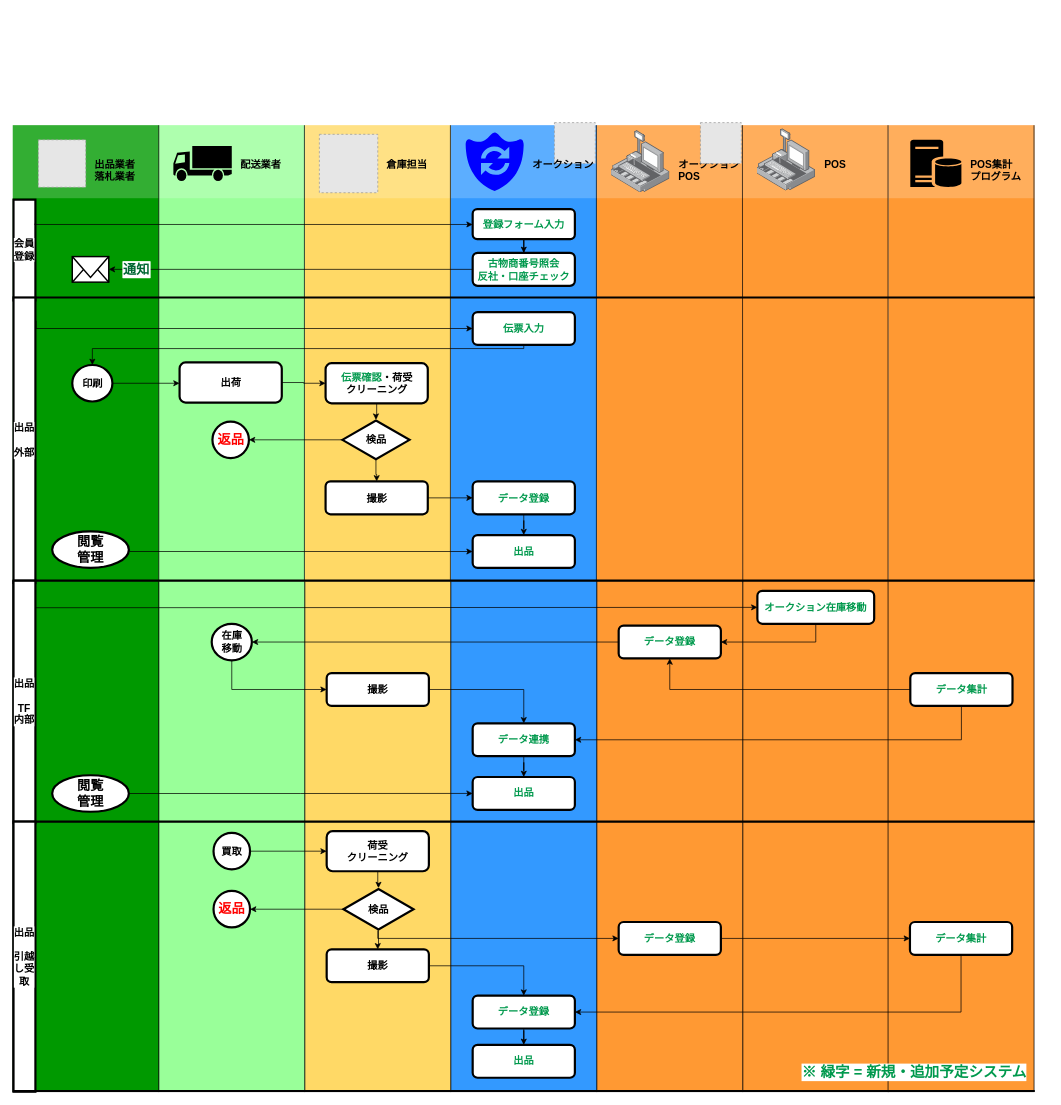
Earlier version of the draw.io diagram 業務フロー図.drawio (cy-shuhei-ohno/test). Source tidied: cells renumbered, new cells numbered last; positions are measured from the earlier drawing's top-left corner, leaving out a move shared by most shapes. Both pictures are drawn from the tidied source at 73%, with x=0, y=0 at pixel (12, 122). Pictures stored in the file or linked from it are replaced by grey dashed boxes.
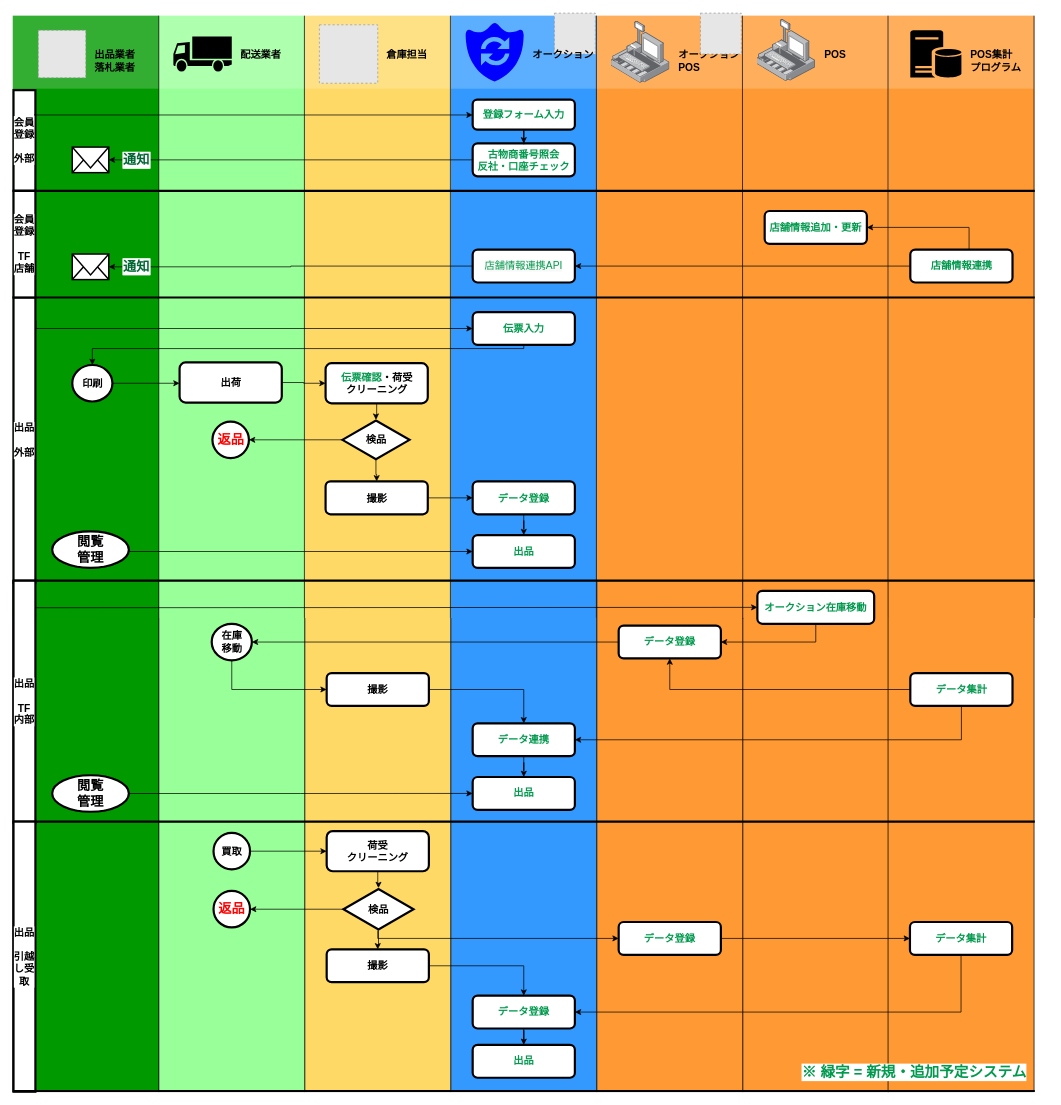
The same page after the edit.

Commit message:
Update 業務フロー図.drawio

The change refers to these unchanged cells:
```xml
<mxCell id="11" style="group;" parent="10" vertex="1">
  <mxGeometry width="220" height="641" as="geometry" />
</mxCell>
```

Change to the diagram source:
```diff
@@
     <mxCell id="4" style="whiteSpace=wrap;html=1;labelBackgroundColor=#ffffff;fontSize=14;fontColor=#0000FF;align=left;strokeColor=none;fillColor=#FF9933;" parent="1" vertex="1">
-      <mxGeometry x="800" y="4" width="200" height="625" as="geometry" />
+      <mxGeometry x="800" y="-146" width="200" height="825" as="geometry" />
     </mxCell>
@@
     <mxCell id="10" style="group;" parent="1" vertex="1">
-      <mxGeometry x="1199.5" y="4" width="220" height="641" as="geometry" />
+      <mxGeometry x="1199.5" y="-146" width="220" height="641" as="geometry" />
     </mxCell>
@@
     <mxCell id="12" style="whiteSpace=wrap;html=1;labelBackgroundColor=#ffffff;fontSize=14;fontColor=#0000FF;align=left;strokeColor=none;fillColor=#FF9933;" parent="11" vertex="1">
-      <mxGeometry width="200" height="625" as="geometry" />
+      <mxGeometry width="200" height="825" as="geometry" />
     </mxCell>
@@
     <mxCell id="16" style="endArrow=none;html=1;fontSize=14;fontColor=#0000FF;" parent="11" edge="1">
       <mxGeometry relative="1" as="geometry">
-        <mxPoint x="199.5" y="625" as="sourcePoint" />
+        <mxPoint x="199.5" y="825" as="sourcePoint" />
         <mxPoint x="199.5" as="targetPoint" />
       </mxGeometry>
     </mxCell>
+    <mxCell id="124" value="店舗情報連携" style="rounded=1;whiteSpace=wrap;html=1;labelBackgroundColor=#ffffff;strokeWidth=3;fillColor=#FFFFFF;gradientColor=none;fontSize=14;fontColor=#00994D;align=center;fontStyle=1;" parent="11" vertex="1">
+      <mxGeometry x="30" y="320.5" width="140" height="45" as="geometry" />
+    </mxCell>
     <mxCell id="17" style="group;" parent="1" vertex="1">
-      <mxGeometry x="999.5" y="4" width="238.5" height="641" as="geometry" />
+      <mxGeometry x="999.5" y="-146" width="238.5" height="641" as="geometry" />
     </mxCell>
     <mxCell id="18" style="whiteSpace=wrap;html=1;labelBackgroundColor=#ffffff;fontSize=14;fontColor=#0000FF;align=left;strokeColor=none;fillColor=#FF9933;" parent="17" vertex="1">
-      <mxGeometry width="200" height="625" as="geometry" />
+      <mxGeometry width="200" height="825" as="geometry" />
     </mxCell>
@@
     <mxCell id="20" style="endArrow=none;html=1;fontSize=14;fontColor=#0000FF;" parent="17" edge="1">
       <mxGeometry relative="1" as="geometry">
-        <mxPoint x="199.5" y="625" as="sourcePoint" />
+        <mxPoint x="199.5" y="825" as="sourcePoint" />
         <mxPoint x="199.5" as="targetPoint" />
       </mxGeometry>
     </mxCell>
@@
+    <mxCell id="125" value="店舗情報追加・更新" style="rounded=1;whiteSpace=wrap;html=1;labelBackgroundColor=#ffffff;strokeWidth=3;fillColor=#FFFFFF;gradientColor=none;fontSize=14;fontColor=#00994D;align=center;fontStyle=1;" parent="17" vertex="1">
+      <mxGeometry x="30.5" y="267.5" width="140" height="45" as="geometry" />
+    </mxCell>
     <mxCell id="23" style="group;" parent="1" vertex="1">
-      <mxGeometry x="600" y="4" width="200" height="641" as="geometry" />
+      <mxGeometry x="600" y="-146" width="200" height="641" as="geometry" />
     </mxCell>
     <mxCell id="24" style="whiteSpace=wrap;html=1;labelBackgroundColor=#ffffff;fontSize=14;fontColor=#0000FF;align=left;strokeColor=none;fillColor=#3399FF;" parent="23" vertex="1">
-      <mxGeometry width="200" height="625" as="geometry" />
+      <mxGeometry width="200" height="825" as="geometry" />
     </mxCell>
@@
     <mxCell id="27" style="endArrow=none;html=1;fontSize=14;fontColor=#0000FF;" parent="23" edge="1">
       <mxGeometry relative="1" as="geometry">
-        <mxPoint x="199.5" y="625" as="sourcePoint" />
+        <mxPoint x="199.5" y="825" as="sourcePoint" />
         <mxPoint x="199.5" as="targetPoint" />
       </mxGeometry>
     </mxCell>
@@
     <mxCell id="31" value="データ登録" style="rounded=1;whiteSpace=wrap;html=1;labelBackgroundColor=#ffffff;strokeWidth=3;fillColor=#FFFFFF;gradientColor=none;fontSize=14;fontColor=#00994D;align=center;fontStyle=1;" parent="23" vertex="1">
-      <mxGeometry x="30" y="488" width="140" height="45" as="geometry" />
+      <mxGeometry x="30" y="638" width="140" height="45" as="geometry" />
     </mxCell>
     <mxCell id="32" value="出品" style="rounded=1;whiteSpace=wrap;html=1;labelBackgroundColor=#ffffff;strokeWidth=3;fillColor=#FFFFFF;gradientColor=none;fontSize=14;fontColor=#00994D;align=center;fontStyle=1;" parent="23" vertex="1">
-      <mxGeometry x="30" y="561.5" width="140" height="45" as="geometry" />
+      <mxGeometry x="30" y="711.5" width="140" height="45" as="geometry" />
     </mxCell>
     <mxCell id="33" value="伝票入力" style="rounded=1;whiteSpace=wrap;html=1;labelBackgroundColor=#ffffff;strokeWidth=3;fillColor=#FFFFFF;gradientColor=none;fontSize=14;fontColor=#00994D;align=center;fontStyle=1;" parent="23" vertex="1">
-      <mxGeometry x="30" y="256" width="140" height="45" as="geometry" />
+      <mxGeometry x="30" y="406" width="140" height="45" as="geometry" />
     </mxCell>
+    <mxCell id="126" value="&lt;span style=&quot;font-weight: 400; text-align: left; background-color: rgb(248, 248, 248);&quot;&gt;店舗情報連携API&lt;/span&gt;" style="rounded=1;whiteSpace=wrap;html=1;labelBackgroundColor=#ffffff;strokeWidth=3;fillColor=#FFFFFF;gradientColor=none;fontSize=14;fontColor=#00994D;align=center;fontStyle=1;" parent="23" vertex="1">
+      <mxGeometry x="30" y="320.5" width="140" height="45" as="geometry" />
+    </mxCell>
     <mxCell id="34" style="group;" parent="1" vertex="1">
-      <mxGeometry x="400" y="4" width="200" height="641" as="geometry" />
+      <mxGeometry x="400" y="-146" width="200" height="641" as="geometry" />
     </mxCell>
     <mxCell id="35" style="whiteSpace=wrap;html=1;labelBackgroundColor=#ffffff;fontSize=14;fontColor=#0000FF;align=left;strokeColor=none;fillColor=#FFD966;" parent="34" vertex="1">
-      <mxGeometry width="200" height="625" as="geometry" />
+      <mxGeometry width="200" height="825" as="geometry" />
     </mxCell>
@@
     <mxCell id="39" style="endArrow=none;html=1;fontSize=14;fontColor=#0000FF;" parent="34" edge="1">
       <mxGeometry relative="1" as="geometry">
-        <mxPoint x="199.5" y="625" as="sourcePoint" />
+        <mxPoint x="199.5" y="825" as="sourcePoint" />
         <mxPoint x="199.5" as="targetPoint" />
       </mxGeometry>
     </mxCell>
@@
     <mxCell id="41" value="&lt;font color=&quot;#00994d&quot;&gt;伝票確認&lt;/font&gt;・荷受&lt;br&gt;クリーニング" style="rounded=1;whiteSpace=wrap;html=1;labelBackgroundColor=#ffffff;strokeWidth=3;fillColor=#FFFFFF;gradientColor=none;fontSize=14;fontColor=#000000;align=center;fontStyle=1;" parent="34" vertex="1">
-      <mxGeometry x="28.5" y="326" width="140" height="55" as="geometry" />
+      <mxGeometry x="28.5" y="476" width="140" height="55" as="geometry" />
     </mxCell>
@@
     <mxCell id="43" value="検品" style="html=1;whiteSpace=wrap;shape=isoRectangle;labelBackgroundColor=#ffffff;strokeWidth=3;fontSize=14;align=center;fontStyle=1;" parent="34" vertex="1">
-      <mxGeometry x="51.5" y="403.5" width="92" height="55" as="geometry" />
+      <mxGeometry x="51.5" y="553.5" width="92" height="55" as="geometry" />
     </mxCell>
     <mxCell id="44" value="撮影" style="rounded=1;whiteSpace=wrap;html=1;labelBackgroundColor=#ffffff;strokeWidth=3;fillColor=#FFFFFF;gradientColor=none;fontSize=14;fontColor=#000000;align=center;fontStyle=1;" parent="34" vertex="1">
-      <mxGeometry x="28.5" y="488" width="140" height="45" as="geometry" />
+      <mxGeometry x="28.5" y="638" width="140" height="45" as="geometry" />
     </mxCell>
     <mxCell id="45" style="group;fontStyle=1;" parent="1" vertex="1">
-      <mxGeometry x="200" y="4" width="200" height="641" as="geometry" />
+      <mxGeometry x="200" y="-146" width="200" height="641" as="geometry" />
     </mxCell>
     <mxCell id="46" style="whiteSpace=wrap;html=1;labelBackgroundColor=#ffffff;fontSize=14;fontColor=#99FF99;align=left;strokeColor=none;fillColor=#99FF99;" parent="45" vertex="1">
-      <mxGeometry width="200" height="625" as="geometry" />
+      <mxGeometry width="200" height="825" as="geometry" />
     </mxCell>
@@
     <mxCell id="48" style="endArrow=none;html=1;fontSize=14;fontColor=#0000FF;" parent="45" edge="1">
       <mxGeometry relative="1" as="geometry">
-        <mxPoint x="199.5" y="625" as="sourcePoint" />
+        <mxPoint x="199.5" y="825" as="sourcePoint" />
         <mxPoint x="199.5" as="targetPoint" />
       </mxGeometry>
     </mxCell>
@@
     <mxCell id="51" value="返品" style="ellipse;whiteSpace=wrap;html=1;labelBackgroundColor=#ffffff;strokeWidth=3;fontSize=18;align=center;fontStyle=1;fontColor=#FF0000;" parent="45" vertex="1">
-      <mxGeometry x="73.5" y="406" width="50" height="50" as="geometry" />
+      <mxGeometry x="73.5" y="556" width="50" height="50" as="geometry" />
     </mxCell>
     <mxCell id="52" value="出荷&lt;br&gt;" style="rounded=1;whiteSpace=wrap;html=1;labelBackgroundColor=#ffffff;strokeWidth=3;fillColor=#FFFFFF;gradientColor=none;fontSize=14;fontColor=#000000;align=center;fontStyle=1;" parent="45" vertex="1">
-      <mxGeometry x="28.5" y="325" width="140" height="55" as="geometry" />
+      <mxGeometry x="28.5" y="475" width="140" height="55" as="geometry" />
     </mxCell>
     <mxCell id="53" style="group;fontStyle=0;fontColor=#000000;" parent="1" vertex="1">
-      <mxGeometry y="4" width="213" height="641" as="geometry" />
+      <mxGeometry y="-146" width="213" height="641" as="geometry" />
     </mxCell>
     <mxCell id="54" style="whiteSpace=wrap;html=1;labelBackgroundColor=#ffffff;fontSize=14;fontColor=#0000FF;align=left;strokeColor=none;fillColor=#009900;" parent="53" vertex="1">
-      <mxGeometry width="200" height="625" as="geometry" />
+      <mxGeometry width="200" height="825" as="geometry" />
     </mxCell>
@@
     <mxCell id="58" style="endArrow=none;html=1;fontSize=14;fontColor=#0000FF;" parent="53" edge="1">
       <mxGeometry relative="1" as="geometry">
-        <mxPoint x="200" y="625" as="sourcePoint" />
+        <mxPoint x="200" y="825" as="sourcePoint" />
         <mxPoint x="200" as="targetPoint" />
       </mxGeometry>
     </mxCell>
@@
     <mxCell id="60" value="閲覧&lt;br&gt;管理&lt;br&gt;" style="ellipse;whiteSpace=wrap;html=1;labelBackgroundColor=#ffffff;strokeWidth=3;fontSize=18;align=center;fontStyle=1;" parent="53" vertex="1">
-      <mxGeometry x="54" y="556.5" width="105" height="50" as="geometry" />
+      <mxGeometry x="54" y="706.5" width="105" height="50" as="geometry" />
     </mxCell>
     <mxCell id="61" style="endArrow=none;html=1;strokeWidth=3;fontSize=18;fontColor=#0000FF;" parent="53" edge="1">
       <mxGeometry relative="1" as="geometry">
-        <mxPoint x="1" y="236" as="sourcePoint" />
-        <mxPoint x="1400" y="236" as="targetPoint" />
+        <mxPoint x="1" y="386" as="sourcePoint" />
+        <mxPoint x="1400" y="386" as="targetPoint" />
       </mxGeometry>
     </mxCell>
-    <mxCell id="62" value="会員登録" style="rounded=0;whiteSpace=wrap;html=1;labelBackgroundColor=#ffffff;strokeWidth=3;fillColor=#FFFFFF;gradientColor=none;fontSize=14;fontColor=#000000;align=center;fontStyle=1;strokeColor=#000000;" parent="53" vertex="1">
+    <mxCell id="62" value="会員登録&lt;br&gt;&lt;br&gt;外部" style="rounded=0;whiteSpace=wrap;html=1;labelBackgroundColor=#ffffff;strokeWidth=3;fillColor=#FFFFFF;gradientColor=none;fontSize=14;fontColor=#000000;align=center;fontStyle=1;strokeColor=#000000;" parent="53" vertex="1">
       <mxGeometry x="1" y="102" width="30" height="138" as="geometry" />
     </mxCell>
     <mxCell id="63" value="出品&lt;br&gt;&lt;br&gt;外部&lt;br&gt;" style="rounded=0;whiteSpace=wrap;html=1;labelBackgroundColor=#ffffff;strokeWidth=3;fillColor=#FFFFFF;gradientColor=none;fontSize=14;fontColor=#000000;align=center;fontStyle=1;" parent="53" vertex="1">
-      <mxGeometry x="1" y="236" width="30" height="391" as="geometry" />
+      <mxGeometry x="1" y="386" width="30" height="391" as="geometry" />
     </mxCell>
     <mxCell id="64" value="印刷" style="ellipse;whiteSpace=wrap;html=1;labelBackgroundColor=#ffffff;strokeWidth=3;fontSize=14;align=center;fontStyle=1;" parent="53" vertex="1">
-      <mxGeometry x="81.5" y="328.5" width="55" height="50" as="geometry" />
+      <mxGeometry x="81.5" y="478.5" width="55" height="50" as="geometry" />
     </mxCell>
     <mxCell id="65" style="endArrow=none;html=1;strokeWidth=3;fontSize=18;fontColor=#0000FF;" parent="53" edge="1">
       <mxGeometry relative="1" as="geometry">
-        <mxPoint x="1" y="624" as="sourcePoint" />
-        <mxPoint x="1400" y="624" as="targetPoint" />
+        <mxPoint x="1" y="774" as="sourcePoint" />
+        <mxPoint x="1400" y="774" as="targetPoint" />
       </mxGeometry>
     </mxCell>
+    <mxCell id="127" style="html=1;verticalLabelPosition=bottom;align=center;labelBackgroundColor=#ffffff;verticalAlign=top;strokeWidth=2;strokeColor=#000000;fillColor=#ffffff;shadow=0;dashed=0;shape=mxgraph.ios7.icons.mail;fontSize=14;fontColor=#000000;" parent="53" vertex="1">
+      <mxGeometry x="81.5" y="326.5" width="50" height="35" as="geometry" />
+    </mxCell>
@@
     <mxCell id="67" value="登録フォーム入力&lt;br&gt;" style="rounded=1;whiteSpace=wrap;html=1;labelBackgroundColor=#ffffff;strokeWidth=3;fillColor=#FFFFFF;gradientColor=none;fontSize=14;fontColor=#00994D;align=center;fontStyle=1;" parent="1" vertex="1">
-      <mxGeometry x="630" y="119" width="140" height="41" as="geometry" />
+      <mxGeometry x="630" y="-31" width="140" height="41" as="geometry" />
     </mxCell>
     <mxCell id="68" style="whiteSpace=wrap;html=1;labelBackgroundColor=#ffffff;fillColor=#FFFFFF;fontSize=14;fontColor=#FFFFFF;align=left;strokeColor=none;opacity=20;" parent="1" vertex="1">
-      <mxGeometry x="800" y="4" width="200" height="100" as="geometry" />
+      <mxGeometry x="800" y="-146" width="200" height="100" as="geometry" />
     </mxCell>
     <mxCell id="69" style="endArrow=none;html=1;fontSize=14;fontColor=#0000FF;" parent="1" edge="1">
       <mxGeometry relative="1" as="geometry">
-        <mxPoint x="1000" y="630" as="sourcePoint" />
-        <mxPoint x="999.5" y="4" as="targetPoint" />
+        <mxPoint x="1000" y="680" as="sourcePoint" />
+        <mxPoint x="999.5" y="-146" as="targetPoint" />
       </mxGeometry>
     </mxCell>
     <mxCell id="70" style="html=1;align=center;shadow=0;dashed=0;image;image=img/lib/allied_telesis/security/POS.svg;fillColor=#009900;fontColor=#000000;fontStyle=1;" parent="1" vertex="1">
-      <mxGeometry x="820" y="11.5" width="80" height="85" as="geometry" />
+      <mxGeometry x="820" y="-138.5" width="80" height="85" as="geometry" />
     </mxCell>
     <mxCell id="71" value="オークション" style="text;html=1;align=left;verticalAlign=top;spacingTop=-4;fontSize=14;fontColor=#000000;fontStyle=1;" parent="1" vertex="1">
-      <mxGeometry x="710" y="46.5" width="100" height="20" as="geometry" />
+      <mxGeometry x="710" y="-103.5" width="100" height="20" as="geometry" />
     </mxCell>
     <mxCell id="72" value="オークション&lt;br&gt;POS&lt;br&gt;" style="text;html=1;align=left;verticalAlign=top;spacingTop=-4;fontSize=14;fontColor=#000000;fontStyle=1;" parent="1" vertex="1">
-      <mxGeometry x="910" y="46.5" width="100" height="40" as="geometry" />
+      <mxGeometry x="910" y="-103.5" width="100" height="40" as="geometry" />
     </mxCell>
     <mxCell id="73" style="edgeStyle=orthogonalEdgeStyle;rounded=0;jettySize=auto;html=1;fontSize=14;fontColor=#000000;" parent="1" edge="1" target="67">
       <mxGeometry relative="1" as="geometry">
-        <mxPoint x="30" y="139" as="sourcePoint" />
+        <mxPoint x="30" y="-11" as="sourcePoint" />
         <Array as="points">
-          <mxPoint x="30" y="140" />
+          <mxPoint x="30" y="-10" />
         </Array>
       </mxGeometry>
     </mxCell>
@@
     <mxCell id="79" style="fillColor=#E6E6E6;strokeColor=#999999;dashed=1;html=1;verticalAlign=top;verticalLabelPosition=bottom;labelBackgroundColor=#ffffff;fontSize=14;fontColor=#FF0000;align=center;" parent="1" vertex="1">
-      <mxGeometry x="942" y="0.5" width="56" height="56" as="geometry" />
+      <mxGeometry x="942" y="-149.5" width="56" height="56" as="geometry" />
     </mxCell>
@@
+    <mxCell id="128" value="会員登録&lt;br&gt;&lt;br&gt;TF&lt;br&gt;店舗" style="rounded=0;whiteSpace=wrap;html=1;labelBackgroundColor=#ffffff;strokeWidth=3;fillColor=#FFFFFF;gradientColor=none;fontSize=14;fontColor=#000000;align=center;fontStyle=1;" parent="1" vertex="1">
+      <mxGeometry x="1" y="94" width="30" height="146" as="geometry" />
+    </mxCell>
+    <mxCell id="129" style="endArrow=none;html=1;strokeWidth=3;fontSize=18;fontColor=#0000FF;" parent="1" edge="1">
+      <mxGeometry relative="1" as="geometry">
+        <mxPoint x="1" y="94" as="sourcePoint" />
+        <mxPoint x="1400" y="94" as="targetPoint" />
+      </mxGeometry>
+    </mxCell>
+    <mxCell id="130" style="edgeStyle=orthogonalEdgeStyle;rounded=0;jettySize=auto;html=1;entryX=1;entryY=0.5;entryDx=0;entryDy=0;fontSize=12;fontColor=#00994D;" parent="1" edge="1" source="124" target="126">
+      <mxGeometry relative="1" as="geometry" />
+    </mxCell>
+    <mxCell id="131" style="edgeStyle=orthogonalEdgeStyle;rounded=0;jettySize=auto;html=1;entryX=1;entryY=0.5;entryDx=0;entryDy=0;fontSize=12;fontColor=#00994D;" parent="1" edge="1" source="124" target="125">
+      <mxGeometry relative="1" as="geometry">
+        <Array as="points">
+          <mxPoint x="1310" y="144" />
+        </Array>
+      </mxGeometry>
+    </mxCell>
+    <mxCell id="132" style="edgeStyle=orthogonalEdgeStyle;rounded=0;jettySize=auto;html=1;fontSize=14;fontColor=#000000;" parent="1" edge="1" source="126" target="127">
+      <mxGeometry relative="1" as="geometry" />
+    </mxCell>
+    <mxCell id="133" value="&lt;b style=&quot;font-size: 18px;&quot;&gt;通知&lt;/b&gt;" style="text;html=1;align=center;verticalAlign=middle;labelBackgroundColor=#ffffff;fontSize=18;fontColor=#006633;labelBorderColor=#FFFFFF;" parent="132" vertex="1">
+      <mxGeometry x="-0.36" y="4" relative="1" as="geometry">
+        <mxPoint x="-301.5" y="-4" as="offset" />
+      </mxGeometry>
+    </mxCell>
```
